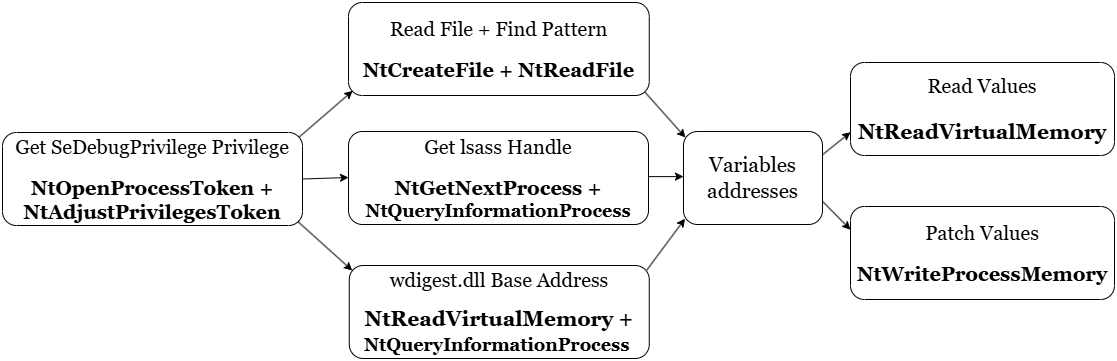
Earlier version of the draw.io export images/nativebypasscredguard/esquema.png (ricardojoserf/ricardojoserf.github.io). Source tidied: cells renumbered, new cells last; positions are measured from the earlier drawing's top-left corner, leaving out a move shared by most shapes.
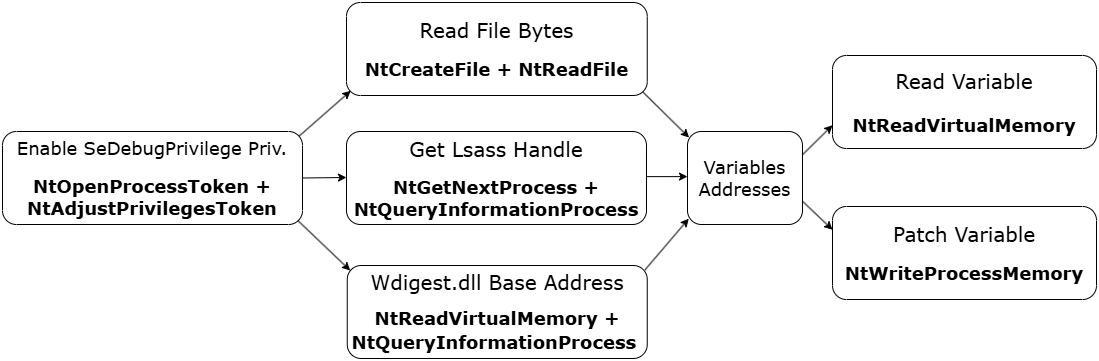
After the commit.

The edit, as a diff of the source:
```diff
@@ -2,26 +2,26 @@
   <root>
     <mxCell id="0" />
     <mxCell id="1" parent="0" />
-    <mxCell id="2" value="&lt;div&gt;&lt;font face=&quot;Georgia&quot; style=&quot;font-size: 20px;&quot;&gt;Get SeDebugPrivilege Privilege&lt;/font&gt;&lt;/div&gt;&lt;div&gt;&lt;font face=&quot;Georgia&quot; style=&quot;font-size: 14px;&quot;&gt;&lt;br&gt;&lt;/font&gt;&lt;/div&gt;&lt;div&gt;&lt;span style=&quot;background-color: initial;&quot;&gt;&lt;font face=&quot;Georgia&quot; style=&quot;font-size: 20px;&quot;&gt;&lt;b style=&quot;&quot;&gt;NtOpenProcessToken +&lt;/b&gt;&lt;/font&gt;&lt;/span&gt;&lt;/div&gt;&lt;div&gt;&lt;span style=&quot;background-color: initial;&quot;&gt;&lt;b style=&quot;&quot;&gt;&lt;font face=&quot;Georgia&quot; style=&quot;font-size: 20px;&quot;&gt;NtAdjustPrivilegesToken&lt;/font&gt;&lt;/b&gt;&lt;/span&gt;&lt;/div&gt;" style="rounded=1;whiteSpace=wrap;html=1;" parent="1" vertex="1">
-      <mxGeometry y="130" width="300" height="93" as="geometry" />
+    <mxCell id="2" value="&lt;div&gt;&lt;font face=&quot;Verdana&quot; style=&quot;font-size: 18px;&quot;&gt;Enable SeDebugPrivilege Priv.&lt;/font&gt;&lt;/div&gt;&lt;div&gt;&lt;font face=&quot;Verdana&quot; style=&quot;font-size: 14px;&quot;&gt;&lt;br&gt;&lt;/font&gt;&lt;/div&gt;&lt;div&gt;&lt;span style=&quot;background-color: initial;&quot;&gt;&lt;font face=&quot;Verdana&quot; style=&quot;font-size: 18px;&quot;&gt;&lt;b style=&quot;&quot;&gt;NtOpenProcessToken +&lt;/b&gt;&lt;/font&gt;&lt;/span&gt;&lt;/div&gt;&lt;div&gt;&lt;span style=&quot;background-color: initial;&quot;&gt;&lt;b style=&quot;&quot;&gt;&lt;font face=&quot;Verdana&quot; style=&quot;font-size: 18px;&quot;&gt;NtAdjustPrivilegesToken&lt;/font&gt;&lt;/b&gt;&lt;/span&gt;&lt;/div&gt;" style="rounded=1;whiteSpace=wrap;html=1;" parent="1" vertex="1">
+      <mxGeometry x="2" y="129" width="300" height="93" as="geometry" />
     </mxCell>
-    <mxCell id="3" value="&lt;div&gt;&lt;font face=&quot;Georgia&quot; style=&quot;font-size: 20px;&quot;&gt;Get lsass Handle&lt;/font&gt;&lt;/div&gt;&lt;div&gt;&lt;font face=&quot;Georgia&quot; style=&quot;font-size: 14px;&quot;&gt;&lt;br&gt;&lt;/font&gt;&lt;/div&gt;&lt;div&gt;&lt;font style=&quot;&quot; face=&quot;Georgia&quot;&gt;&lt;span style=&quot;font-size: 20px; background-color: initial;&quot;&gt;&lt;font style=&quot;&quot;&gt;&lt;b style=&quot;&quot;&gt;NtGetNextProcess&amp;nbsp;&lt;/b&gt;&lt;/font&gt;&lt;/span&gt;&lt;b style=&quot;background-color: initial;&quot;&gt;&lt;span style=&quot;font-size: 20px;&quot;&gt;+ &lt;/span&gt;&lt;font style=&quot;font-size: 18px;&quot;&gt;NtQueryInformationProcess&lt;/font&gt;&lt;/b&gt;&lt;/font&gt;&lt;/div&gt;" style="rounded=1;whiteSpace=wrap;html=1;" parent="1" vertex="1">
+    <mxCell id="3" value="&lt;div&gt;&lt;font face=&quot;Verdana&quot; style=&quot;font-size: 20px;&quot;&gt;Get Lsass Handle&lt;/font&gt;&lt;/div&gt;&lt;div&gt;&lt;font face=&quot;Verdana&quot; style=&quot;font-size: 14px;&quot;&gt;&lt;br&gt;&lt;/font&gt;&lt;/div&gt;&lt;div&gt;&lt;font style=&quot;&quot; face=&quot;Verdana&quot;&gt;&lt;span style=&quot;font-size: 18px; background-color: initial;&quot;&gt;&lt;font style=&quot;&quot;&gt;&lt;b style=&quot;&quot;&gt;NtGetNextProcess&amp;nbsp;&lt;/b&gt;&lt;/font&gt;&lt;/span&gt;&lt;b style=&quot;background-color: initial;&quot;&gt;&lt;span style=&quot;font-size: 18px;&quot;&gt;+ &lt;/span&gt;&lt;font style=&quot;font-size: 18px;&quot;&gt;NtQueryInformationProcess&lt;/font&gt;&lt;/b&gt;&lt;/font&gt;&lt;/div&gt;" style="rounded=1;whiteSpace=wrap;html=1;" parent="1" vertex="1">
       <mxGeometry x="346" y="129" width="300" height="93" as="geometry" />
     </mxCell>
-    <mxCell id="4" value="&lt;div&gt;&lt;font face=&quot;Georgia&quot; style=&quot;font-size: 20px;&quot;&gt;Read File + Find Pattern&lt;/font&gt;&lt;/div&gt;&lt;div&gt;&lt;font face=&quot;Georgia&quot; style=&quot;font-size: 14px;&quot;&gt;&lt;br&gt;&lt;/font&gt;&lt;/div&gt;&lt;div&gt;&lt;font style=&quot;font-size: 20px;&quot; face=&quot;Georgia&quot;&gt;&lt;span style=&quot;background-color: initial;&quot;&gt;&lt;font style=&quot;&quot;&gt;&lt;b style=&quot;&quot;&gt;NtCreateFile +&amp;nbsp;&lt;/b&gt;&lt;/font&gt;&lt;/span&gt;&lt;b style=&quot;background-color: initial;&quot;&gt;&lt;font style=&quot;&quot;&gt;&lt;span style=&quot;background-color: initial;&quot;&gt;NtReadFile&lt;/span&gt;&lt;/font&gt;&lt;/b&gt;&lt;/font&gt;&lt;/div&gt;" style="rounded=1;whiteSpace=wrap;html=1;" parent="1" vertex="1">
+    <mxCell id="4" value="&lt;div&gt;&lt;font face=&quot;Verdana&quot; style=&quot;font-size: 20px;&quot;&gt;Read File Bytes&lt;/font&gt;&lt;/div&gt;&lt;div&gt;&lt;font face=&quot;Verdana&quot; style=&quot;font-size: 14px;&quot;&gt;&lt;br&gt;&lt;/font&gt;&lt;/div&gt;&lt;div&gt;&lt;font face=&quot;Verdana&quot; style=&quot;font-size: 18px;&quot;&gt;&lt;span style=&quot;background-color: initial;&quot;&gt;&lt;font style=&quot;&quot;&gt;&lt;b style=&quot;&quot;&gt;NtCreateFile +&amp;nbsp;&lt;/b&gt;&lt;/font&gt;&lt;/span&gt;&lt;b style=&quot;background-color: initial;&quot;&gt;&lt;font style=&quot;&quot;&gt;&lt;span style=&quot;background-color: initial;&quot;&gt;NtReadFile&lt;/span&gt;&lt;/font&gt;&lt;/b&gt;&lt;/font&gt;&lt;/div&gt;" style="rounded=1;whiteSpace=wrap;html=1;" parent="1" vertex="1">
       <mxGeometry x="346" width="300.8" height="93" as="geometry" />
     </mxCell>
-    <mxCell id="5" value="&lt;div&gt;&lt;font face=&quot;Georgia&quot; style=&quot;font-size: 20px;&quot;&gt;wdigest.dll Base Address&lt;/font&gt;&lt;/div&gt;&lt;div&gt;&lt;br&gt;&lt;/div&gt;&lt;div&gt;&lt;span style=&quot;background-color: initial;&quot;&gt;&lt;font face=&quot;Georgia&quot; style=&quot;font-size: 21px;&quot;&gt;&lt;b style=&quot;&quot;&gt;NtReadVirtualMemory +&lt;/b&gt;&lt;/font&gt;&lt;/span&gt;&lt;/div&gt;&lt;div&gt;&lt;b&gt;&lt;font style=&quot;font-size: 18px;&quot; face=&quot;Georgia&quot;&gt;NtQueryInformationProcess&amp;nbsp;&lt;/font&gt;&lt;/b&gt;&lt;span style=&quot;background-color: initial;&quot;&gt;&lt;font face=&quot;Georgia&quot; style=&quot;font-size: 21px;&quot;&gt;&lt;b style=&quot;&quot;&gt;&lt;/b&gt;&lt;/font&gt;&lt;/span&gt;&lt;/div&gt;" style="rounded=1;whiteSpace=wrap;html=1;" parent="1" vertex="1">
+    <mxCell id="5" value="&lt;div&gt;&lt;font face=&quot;Verdana&quot; style=&quot;font-size: 20px;&quot;&gt;Wdigest.dll Base Address&lt;/font&gt;&lt;/div&gt;&lt;div&gt;&lt;font face=&quot;Verdana&quot;&gt;&lt;br&gt;&lt;/font&gt;&lt;/div&gt;&lt;div&gt;&lt;span style=&quot;background-color: initial;&quot;&gt;&lt;font face=&quot;Verdana&quot; style=&quot;font-size: 18px;&quot;&gt;&lt;b style=&quot;&quot;&gt;NtReadVirtualMemory +&lt;/b&gt;&lt;/font&gt;&lt;/span&gt;&lt;/div&gt;&lt;div&gt;&lt;b&gt;&lt;font face=&quot;Verdana&quot; style=&quot;font-size: 18px;&quot;&gt;NtQueryInformationProcess&amp;nbsp;&lt;/font&gt;&lt;/b&gt;&lt;span style=&quot;background-color: initial;&quot;&gt;&lt;font face=&quot;Georgia&quot; style=&quot;font-size: 21px;&quot;&gt;&lt;b style=&quot;&quot;&gt;&lt;/b&gt;&lt;/font&gt;&lt;/span&gt;&lt;/div&gt;" style="rounded=1;whiteSpace=wrap;html=1;" parent="1" vertex="1">
       <mxGeometry x="346.8" y="263" width="300" height="93" as="geometry" />
     </mxCell>
-    <mxCell id="6" value="&lt;div&gt;&lt;font face=&quot;Georgia&quot; style=&quot;font-size: 20px;&quot;&gt;Read Values&lt;/font&gt;&lt;/div&gt;&lt;div&gt;&lt;font face=&quot;Georgia&quot; style=&quot;font-size: 18px;&quot;&gt;&lt;br&gt;&lt;/font&gt;&lt;/div&gt;&lt;div&gt;&lt;span style=&quot;background-color: initial;&quot;&gt;&lt;font face=&quot;Georgia&quot; style=&quot;font-size: 21px;&quot;&gt;&lt;b style=&quot;&quot;&gt;NtReadVirtualMemory&lt;/b&gt;&lt;/font&gt;&lt;/span&gt;&lt;/div&gt;" style="rounded=1;whiteSpace=wrap;html=1;" parent="1" vertex="1">
-      <mxGeometry x="848" y="60" width="264" height="93" as="geometry" />
+    <mxCell id="6" value="&lt;div&gt;&lt;font face=&quot;Verdana&quot; style=&quot;font-size: 20px;&quot;&gt;Read Variable&lt;/font&gt;&lt;/div&gt;&lt;div&gt;&lt;font face=&quot;Verdana&quot; style=&quot;font-size: 18px;&quot;&gt;&lt;br&gt;&lt;/font&gt;&lt;/div&gt;&lt;div&gt;&lt;span style=&quot;background-color: initial;&quot;&gt;&lt;font face=&quot;Verdana&quot; style=&quot;font-size: 18px;&quot;&gt;&lt;b style=&quot;&quot;&gt;NtReadVirtualMemory&lt;/b&gt;&lt;/font&gt;&lt;/span&gt;&lt;/div&gt;" style="rounded=1;whiteSpace=wrap;html=1;" parent="1" vertex="1">
+      <mxGeometry x="832" y="53" width="264" height="93" as="geometry" />
     </mxCell>
-    <mxCell id="7" value="&lt;div&gt;&lt;font face=&quot;Georgia&quot; style=&quot;font-size: 20px;&quot;&gt;Patch Values&lt;/font&gt;&lt;/div&gt;&lt;div&gt;&lt;font face=&quot;Georgia&quot; style=&quot;font-size: 14px;&quot;&gt;&lt;br&gt;&lt;/font&gt;&lt;/div&gt;&lt;div&gt;&lt;span style=&quot;background-color: initial;&quot;&gt;&lt;font face=&quot;Georgia&quot; style=&quot;font-size: 20px;&quot;&gt;&lt;b style=&quot;&quot;&gt;NtWriteProcessMemory&lt;/b&gt;&lt;/font&gt;&lt;/span&gt;&lt;/div&gt;" style="rounded=1;whiteSpace=wrap;html=1;" parent="1" vertex="1">
-      <mxGeometry x="848" y="204" width="264" height="93" as="geometry" />
+    <mxCell id="7" value="&lt;div&gt;&lt;font face=&quot;Verdana&quot; style=&quot;font-size: 20px;&quot;&gt;Patch Variable&lt;/font&gt;&lt;/div&gt;&lt;div&gt;&lt;font face=&quot;Verdana&quot; style=&quot;font-size: 14px;&quot;&gt;&lt;br&gt;&lt;/font&gt;&lt;/div&gt;&lt;div&gt;&lt;span style=&quot;background-color: initial;&quot;&gt;&lt;font face=&quot;Verdana&quot; style=&quot;font-size: 18px;&quot;&gt;&lt;b style=&quot;&quot;&gt;NtWriteProcessMemory&lt;/b&gt;&lt;/font&gt;&lt;/span&gt;&lt;/div&gt;" style="rounded=1;whiteSpace=wrap;html=1;" parent="1" vertex="1">
+      <mxGeometry x="832" y="204" width="264" height="93" as="geometry" />
     </mxCell>
-    <mxCell id="8" value="&lt;div&gt;&lt;font face=&quot;Georgia&quot; style=&quot;font-size: 21px;&quot;&gt;Variables&lt;/font&gt;&lt;/div&gt;&lt;div&gt;&lt;font face=&quot;Georgia&quot; style=&quot;font-size: 21px;&quot;&gt;addresses&lt;/font&gt;&lt;/div&gt;" style="rounded=1;whiteSpace=wrap;html=1;" parent="1" vertex="1">
-      <mxGeometry x="681" y="129" width="139" height="93" as="geometry" />
+    <mxCell id="8" value="&lt;div&gt;&lt;font face=&quot;Verdana&quot; style=&quot;font-size: 18px;&quot;&gt;Variables&lt;/font&gt;&lt;/div&gt;&lt;div&gt;&lt;font face=&quot;Verdana&quot; style=&quot;font-size: 18px;&quot;&gt;Addresses&lt;/font&gt;&lt;/div&gt;" style="rounded=1;whiteSpace=wrap;html=1;" parent="1" vertex="1">
+      <mxGeometry x="687" y="129" width="115" height="93" as="geometry" />
     </mxCell>
     <mxCell id="9" style="endArrow=classic;html=1;rounded=0;exitX=1;exitY=0.5;exitDx=0;exitDy=0;" parent="1" edge="1" source="2">
       <mxGeometry relative="1" as="geometry">
```
